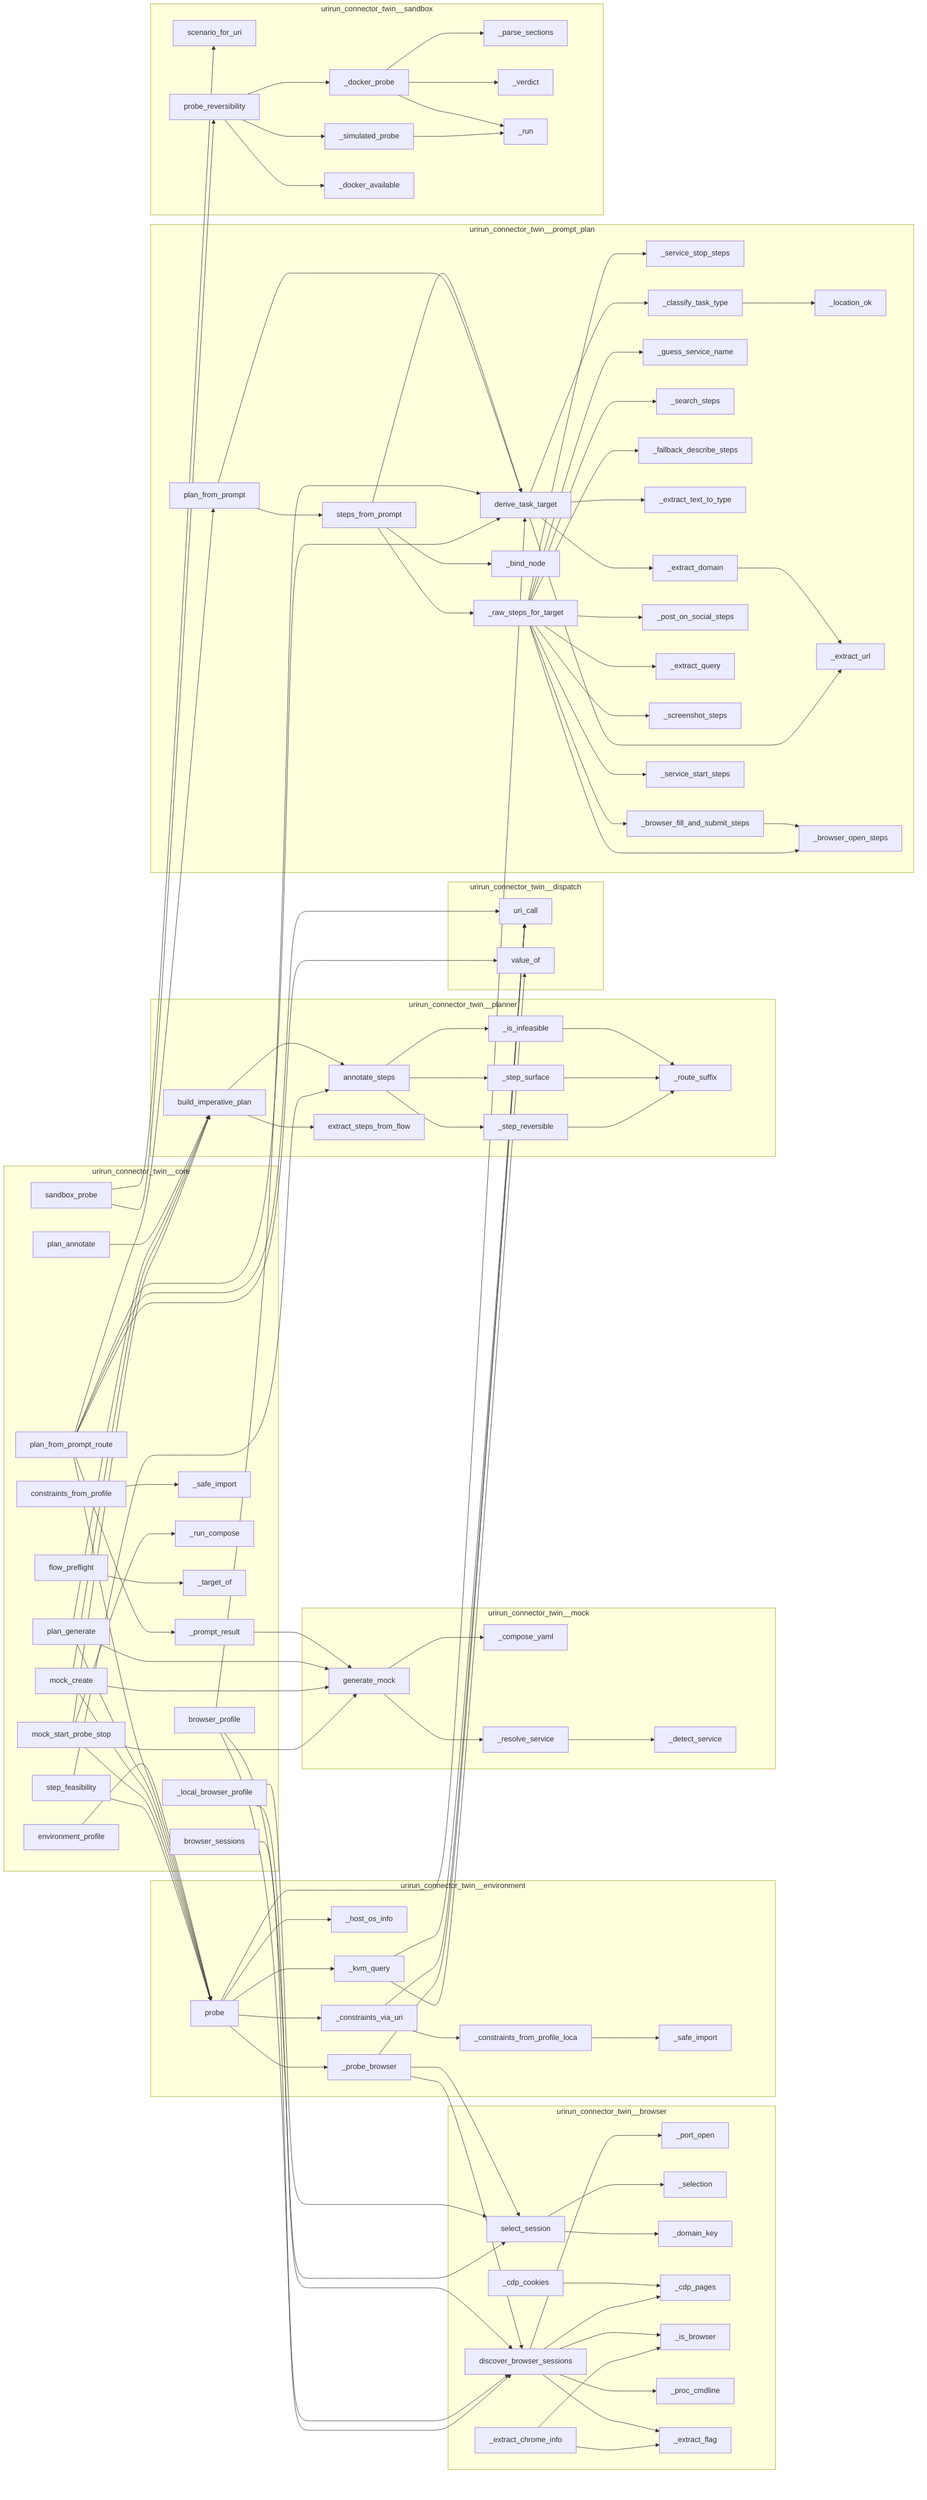
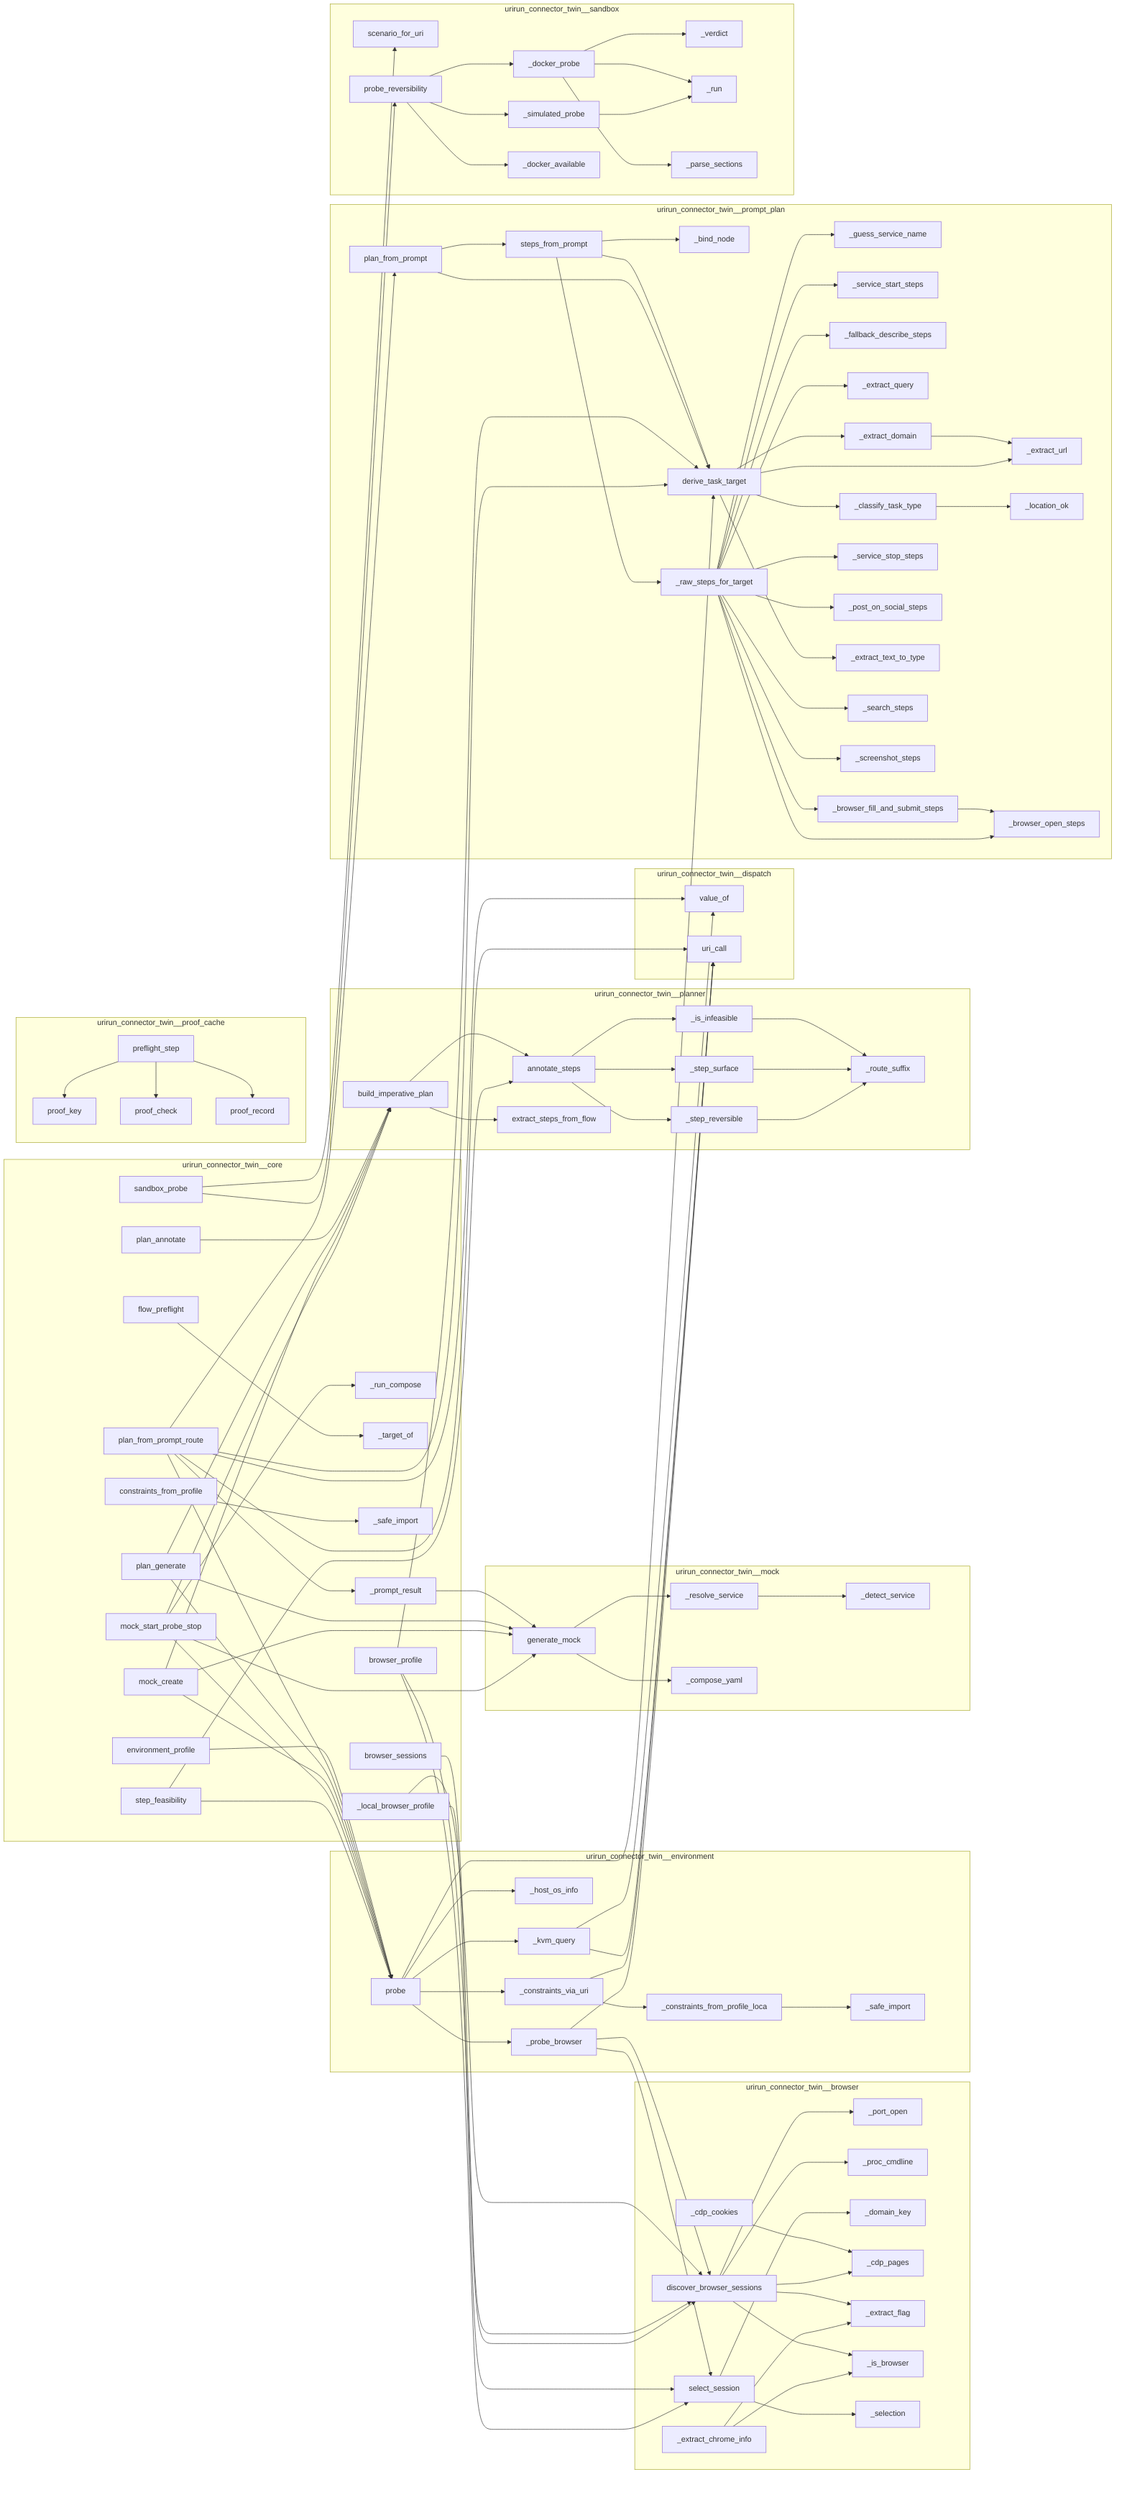
flowchart LR
%% generated in 0.00s
    subgraph urirun_connector_twin__browser
-         urirun_connector_twin__browser___extract_chrome_info["_extract_chrome_info"]
        urirun_connector_twin__browser___port_open["_port_open"]
+         urirun_connector_twin__browser__discover_browser_sessions["discover_browser_sessions"]
+         urirun_connector_twin__browser__select_session["select_session"]
+         urirun_connector_twin__browser___proc_cmdline["_proc_cmdline"]
        urirun_connector_twin__browser___cdp_cookies["_cdp_cookies"]
-         urirun_connector_twin__browser___selection["_selection"]
        urirun_connector_twin__browser___domain_key["_domain_key"]
        urirun_connector_twin__browser___cdp_pages["_cdp_pages"]
+         urirun_connector_twin__browser___extract_chrome_info["_extract_chrome_info"]
+         urirun_connector_twin__browser___extract_flag["_extract_flag"]
        urirun_connector_twin__browser___is_browser["_is_browser"]
-         urirun_connector_twin__browser___proc_cmdline["_proc_cmdline"]
-         urirun_connector_twin__browser__select_session["select_session"]
-         urirun_connector_twin__browser__discover_browser_sessions["discover_browser_sessions"]
-         urirun_connector_twin__browser___extract_flag["_extract_flag"]
+         urirun_connector_twin__browser___selection["_selection"]
    end
    subgraph urirun_connector_twin__core
+         urirun_connector_twin__core___run_compose["_run_compose"]
+         urirun_connector_twin__core__plan_annotate["plan_annotate"]
+         urirun_connector_twin__core___target_of["_target_of"]
+         urirun_connector_twin__core__browser_sessions["browser_sessions"]
        urirun_connector_twin__core___prompt_result["_prompt_result"]
-         urirun_connector_twin__core__browser_sessions["browser_sessions"]
-         urirun_connector_twin__core___local_browser_profile["_local_browser_profile"]
-         urirun_connector_twin__core__browser_profile["browser_profile"]
        urirun_connector_twin__core__flow_preflight["flow_preflight"]
+         urirun_connector_twin__core__environment_profile["environment_profile"]
        urirun_connector_twin__core__mock_create["mock_create"]
-         urirun_connector_twin__core__step_feasibility["step_feasibility"]
+         urirun_connector_twin__core__plan_from_prompt_route["plan_from_prompt_route"]
        urirun_connector_twin__core__sandbox_probe["sandbox_probe"]
        urirun_connector_twin__core__constraints_from_profile["constraints_from_profile"]
        urirun_connector_twin__core__plan_generate["plan_generate"]
-         urirun_connector_twin__core__environment_profile["environment_profile"]
-         urirun_connector_twin__core__plan_from_prompt_route["plan_from_prompt_route"]
        urirun_connector_twin__core___safe_import["_safe_import"]
-         urirun_connector_twin__core___run_compose["_run_compose"]
-         urirun_connector_twin__core__plan_annotate["plan_annotate"]
-         urirun_connector_twin__core___target_of["_target_of"]
+         urirun_connector_twin__core__step_feasibility["step_feasibility"]
        urirun_connector_twin__core__mock_start_probe_stop["mock_start_probe_stop"]
+         urirun_connector_twin__core__browser_profile["browser_profile"]
+         urirun_connector_twin__core___local_browser_profile["_local_browser_profile"]
    end
    subgraph urirun_connector_twin__dispatch
+         urirun_connector_twin__dispatch__value_of["value_of"]
        urirun_connector_twin__dispatch__uri_call["uri_call"]
-         urirun_connector_twin__dispatch__value_of["value_of"]
    end
    subgraph urirun_connector_twin__environment
+         urirun_connector_twin__environment__probe["probe"]
+         urirun_connector_twin__environment___kvm_query["_kvm_query"]
+         urirun_connector_twin__environment___host_os_info["_host_os_info"]
        urirun_connector_twin__environment___constraints_via_uri["_constraints_via_uri"]
-         urirun_connector_twin__environment__probe["probe"]
-         urirun_connector_twin__environment___host_os_info["_host_os_info"]
+         urirun_connector_twin__environment___constraints_from_profile_local["_constraints_from_profile_loca"]
        urirun_connector_twin__environment___safe_import["_safe_import"]
        urirun_connector_twin__environment___probe_browser["_probe_browser"]
-         urirun_connector_twin__environment___kvm_query["_kvm_query"]
-         urirun_connector_twin__environment___constraints_from_profile_local["_constraints_from_profile_loca"]
    end
    subgraph urirun_connector_twin__mock
+         urirun_connector_twin__mock___resolve_service["_resolve_service"]
+         urirun_connector_twin__mock___compose_yaml["_compose_yaml"]
        urirun_connector_twin__mock___detect_service["_detect_service"]
-         urirun_connector_twin__mock___compose_yaml["_compose_yaml"]
        urirun_connector_twin__mock__generate_mock["generate_mock"]
-         urirun_connector_twin__mock___resolve_service["_resolve_service"]
    end
    subgraph urirun_connector_twin__planner
+         urirun_connector_twin__planner__annotate_steps["annotate_steps"]
+         urirun_connector_twin__planner___step_surface["_step_surface"]
+         urirun_connector_twin__planner__extract_steps_from_flow["extract_steps_from_flow"]
+         urirun_connector_twin__planner___is_infeasible["_is_infeasible"]
        urirun_connector_twin__planner___route_suffix["_route_suffix"]
-         urirun_connector_twin__planner___step_surface["_step_surface"]
-         urirun_connector_twin__planner__annotate_steps["annotate_steps"]
        urirun_connector_twin__planner___step_reversible["_step_reversible"]
-         urirun_connector_twin__planner___is_infeasible["_is_infeasible"]
        urirun_connector_twin__planner__build_imperative_plan["build_imperative_plan"]
-         urirun_connector_twin__planner__extract_steps_from_flow["extract_steps_from_flow"]
    end
    subgraph urirun_connector_twin__prompt_plan
+         urirun_connector_twin__prompt_plan___guess_service_name["_guess_service_name"]
+         urirun_connector_twin__prompt_plan__plan_from_prompt["plan_from_prompt"]
+         urirun_connector_twin__prompt_plan___service_start_steps["_service_start_steps"]
+         urirun_connector_twin__prompt_plan___fallback_describe_steps["_fallback_describe_steps"]
+         urirun_connector_twin__prompt_plan___extract_query["_extract_query"]
+         urirun_connector_twin__prompt_plan___extract_domain["_extract_domain"]
+         urirun_connector_twin__prompt_plan___extract_url["_extract_url"]
+         urirun_connector_twin__prompt_plan___browser_fill_and_submit_steps["_browser_fill_and_submit_steps"]
+         urirun_connector_twin__prompt_plan___classify_task_type["_classify_task_type"]
        urirun_connector_twin__prompt_plan___service_stop_steps["_service_stop_steps"]
        urirun_connector_twin__prompt_plan___location_ok["_location_ok"]
-         urirun_connector_twin__prompt_plan___classify_task_type["_classify_task_type"]
-         urirun_connector_twin__prompt_plan___guess_service_name["_guess_service_name"]
+         urirun_connector_twin__prompt_plan___post_on_social_steps["_post_on_social_steps"]
+         urirun_connector_twin__prompt_plan__steps_from_prompt["steps_from_prompt"]
+         urirun_connector_twin__prompt_plan___extract_text_to_type["_extract_text_to_type"]
+         urirun_connector_twin__prompt_plan___bind_node["_bind_node"]
        urirun_connector_twin__prompt_plan___search_steps["_search_steps"]
-         urirun_connector_twin__prompt_plan___fallback_describe_steps["_fallback_describe_steps"]
-         urirun_connector_twin__prompt_plan___extract_text_to_type["_extract_text_to_type"]
-         urirun_connector_twin__prompt_plan___extract_domain["_extract_domain"]
-         urirun_connector_twin__prompt_plan___extract_url["_extract_url"]
-         urirun_connector_twin__prompt_plan___post_on_social_steps["_post_on_social_steps"]
+         urirun_connector_twin__prompt_plan__derive_task_target["derive_task_target"]
        urirun_connector_twin__prompt_plan___raw_steps_for_target["_raw_steps_for_target"]
-         urirun_connector_twin__prompt_plan___extract_query["_extract_query"]
-         urirun_connector_twin__prompt_plan__plan_from_prompt["plan_from_prompt"]
+         urirun_connector_twin__prompt_plan___browser_open_steps["_browser_open_steps"]
        urirun_connector_twin__prompt_plan___screenshot_steps["_screenshot_steps"]
-         urirun_connector_twin__prompt_plan__steps_from_prompt["steps_from_prompt"]
-         urirun_connector_twin__prompt_plan___browser_fill_and_submit_steps["_browser_fill_and_submit_steps"]
-         urirun_connector_twin__prompt_plan___browser_open_steps["_browser_open_steps"]
-         urirun_connector_twin__prompt_plan___bind_node["_bind_node"]
-         urirun_connector_twin__prompt_plan__derive_task_target["derive_task_target"]
-         urirun_connector_twin__prompt_plan___service_start_steps["_service_start_steps"]
+     end
+     subgraph urirun_connector_twin__proof_cache
+         urirun_connector_twin__proof_cache__proof_key["proof_key"]
+         urirun_connector_twin__proof_cache__proof_check["proof_check"]
+         urirun_connector_twin__proof_cache__proof_record["proof_record"]
+         urirun_connector_twin__proof_cache__preflight_step["preflight_step"]
    end
    subgraph urirun_connector_twin__sandbox
-         urirun_connector_twin__sandbox___docker_probe["_docker_probe"]
-         urirun_connector_twin__sandbox___parse_sections["_parse_sections"]
+         urirun_connector_twin__sandbox__scenario_for_uri["scenario_for_uri"]
        urirun_connector_twin__sandbox___verdict["_verdict"]
        urirun_connector_twin__sandbox___run["_run"]
        urirun_connector_twin__sandbox___simulated_probe["_simulated_probe"]
-         urirun_connector_twin__sandbox__scenario_for_uri["scenario_for_uri"]
+         urirun_connector_twin__sandbox___docker_probe["_docker_probe"]
+         urirun_connector_twin__sandbox__probe_reversibility["probe_reversibility"]
+         urirun_connector_twin__sandbox___parse_sections["_parse_sections"]
        urirun_connector_twin__sandbox___docker_available["_docker_available"]
-         urirun_connector_twin__sandbox__probe_reversibility["probe_reversibility"]
    end
    urirun_connector_twin__sandbox___docker_probe --> urirun_connector_twin__sandbox___run
    urirun_connector_twin__sandbox___docker_probe --> urirun_connector_twin__sandbox___parse_sections
    urirun_connector_twin__sandbox___docker_probe --> urirun_connector_twin__sandbox___verdict
    urirun_connector_twin__sandbox___simulated_probe --> urirun_connector_twin__sandbox___run
    urirun_connector_twin__sandbox__probe_reversibility --> urirun_connector_twin__sandbox___docker_available
    urirun_connector_twin__sandbox__probe_reversibility --> urirun_connector_twin__sandbox___docker_probe
    urirun_connector_twin__sandbox__probe_reversibility --> urirun_connector_twin__sandbox___simulated_probe
    urirun_connector_twin__mock___resolve_service --> urirun_connector_twin__mock___detect_service
    urirun_connector_twin__mock__generate_mock --> urirun_connector_twin__mock___resolve_service
    urirun_connector_twin__mock__generate_mock --> urirun_connector_twin__mock___compose_yaml
    urirun_connector_twin__browser___cdp_cookies --> urirun_connector_twin__browser___cdp_pages
    urirun_connector_twin__browser__discover_browser_sessions --> urirun_connector_twin__browser___proc_cmdline
    urirun_connector_twin__browser__discover_browser_sessions --> urirun_connector_twin__browser___extract_flag
    urirun_connector_twin__browser__discover_browser_sessions --> urirun_connector_twin__browser___port_open
    urirun_connector_twin__browser__discover_browser_sessions --> urirun_connector_twin__browser___is_browser
    urirun_connector_twin__browser__discover_browser_sessions --> urirun_connector_twin__browser___cdp_pages
    urirun_connector_twin__browser__select_session --> urirun_connector_twin__browser___domain_key
    urirun_connector_twin__browser__select_session --> urirun_connector_twin__browser___selection
    urirun_connector_twin__browser___extract_chrome_info --> urirun_connector_twin__browser___extract_flag
    urirun_connector_twin__browser___extract_chrome_info --> urirun_connector_twin__browser___is_browser
    urirun_connector_twin__planner___is_infeasible --> urirun_connector_twin__planner___route_suffix
    urirun_connector_twin__planner___step_surface --> urirun_connector_twin__planner___route_suffix
    urirun_connector_twin__planner___step_reversible --> urirun_connector_twin__planner___route_suffix
    urirun_connector_twin__planner__annotate_steps --> urirun_connector_twin__planner___is_infeasible
    urirun_connector_twin__planner__annotate_steps --> urirun_connector_twin__planner___step_reversible
    urirun_connector_twin__planner__annotate_steps --> urirun_connector_twin__planner___step_surface
    urirun_connector_twin__planner__build_imperative_plan --> urirun_connector_twin__planner__extract_steps_from_flow
    urirun_connector_twin__planner__build_imperative_plan --> urirun_connector_twin__planner__annotate_steps
    urirun_connector_twin__prompt_plan___extract_domain --> urirun_connector_twin__prompt_plan___extract_url
    urirun_connector_twin__prompt_plan___browser_fill_and_submit_steps --> urirun_connector_twin__prompt_plan___browser_open_steps
    urirun_connector_twin__prompt_plan___classify_task_type --> urirun_connector_twin__prompt_plan___location_ok
    urirun_connector_twin__prompt_plan__derive_task_target --> urirun_connector_twin__prompt_plan___extract_domain
    urirun_connector_twin__prompt_plan__derive_task_target --> urirun_connector_twin__prompt_plan___extract_url
    urirun_connector_twin__prompt_plan__derive_task_target --> urirun_connector_twin__prompt_plan___extract_text_to_type
    urirun_connector_twin__prompt_plan__derive_task_target --> urirun_connector_twin__prompt_plan___classify_task_type
    urirun_connector_twin__prompt_plan___raw_steps_for_target --> urirun_connector_twin__prompt_plan___fallback_describe_steps
    urirun_connector_twin__prompt_plan___raw_steps_for_target --> urirun_connector_twin__prompt_plan___post_on_social_steps
    urirun_connector_twin__prompt_plan___raw_steps_for_target --> urirun_connector_twin__prompt_plan___search_steps
    urirun_connector_twin__prompt_plan___raw_steps_for_target --> urirun_connector_twin__prompt_plan___browser_fill_and_submit_steps
    urirun_connector_twin__prompt_plan___raw_steps_for_target --> urirun_connector_twin__prompt_plan___browser_open_steps
    urirun_connector_twin__prompt_plan___raw_steps_for_target --> urirun_connector_twin__prompt_plan___screenshot_steps
    urirun_connector_twin__prompt_plan___raw_steps_for_target --> urirun_connector_twin__prompt_plan___service_start_steps
    urirun_connector_twin__prompt_plan___raw_steps_for_target --> urirun_connector_twin__prompt_plan___service_stop_steps
    urirun_connector_twin__prompt_plan___raw_steps_for_target --> urirun_connector_twin__prompt_plan___extract_query
    urirun_connector_twin__prompt_plan___raw_steps_for_target --> urirun_connector_twin__prompt_plan___guess_service_name
    urirun_connector_twin__prompt_plan__steps_from_prompt --> urirun_connector_twin__prompt_plan___bind_node
    urirun_connector_twin__prompt_plan__steps_from_prompt --> urirun_connector_twin__prompt_plan___raw_steps_for_target
    urirun_connector_twin__prompt_plan__steps_from_prompt --> urirun_connector_twin__prompt_plan__derive_task_target
    urirun_connector_twin__prompt_plan__plan_from_prompt --> urirun_connector_twin__prompt_plan__derive_task_target
    urirun_connector_twin__prompt_plan__plan_from_prompt --> urirun_connector_twin__prompt_plan__steps_from_prompt
    urirun_connector_twin__core___local_browser_profile --> urirun_connector_twin__browser__discover_browser_sessions
    urirun_connector_twin__core___local_browser_profile --> urirun_connector_twin__browser__select_session
    urirun_connector_twin__core___prompt_result --> urirun_connector_twin__mock__generate_mock
    urirun_connector_twin__core__environment_profile --> urirun_connector_twin__environment__probe
    urirun_connector_twin__core__constraints_from_profile --> urirun_connector_twin__core___safe_import
    urirun_connector_twin__core__browser_sessions --> urirun_connector_twin__browser__discover_browser_sessions
    urirun_connector_twin__core__browser_profile --> urirun_connector_twin__browser__discover_browser_sessions
    urirun_connector_twin__core__browser_profile --> urirun_connector_twin__browser__select_session
    urirun_connector_twin__core__browser_profile --> urirun_connector_twin__prompt_plan__derive_task_target
    urirun_connector_twin__core__plan_from_prompt_route --> urirun_connector_twin__prompt_plan__derive_task_target
    urirun_connector_twin__core__plan_from_prompt_route --> urirun_connector_twin__prompt_plan__plan_from_prompt
    urirun_connector_twin__core__plan_from_prompt_route --> urirun_connector_twin__dispatch__uri_call
    urirun_connector_twin__core__plan_from_prompt_route --> urirun_connector_twin__core___prompt_result
    urirun_connector_twin__core__plan_from_prompt_route --> urirun_connector_twin__dispatch__value_of
    urirun_connector_twin__core__plan_from_prompt_route --> urirun_connector_twin__environment__probe
    urirun_connector_twin__core__plan_annotate --> urirun_connector_twin__planner__build_imperative_plan
    urirun_connector_twin__core__plan_generate --> urirun_connector_twin__environment__probe
    urirun_connector_twin__core__plan_generate --> urirun_connector_twin__planner__build_imperative_plan
    urirun_connector_twin__core__plan_generate --> urirun_connector_twin__mock__generate_mock
    urirun_connector_twin__core__mock_create --> urirun_connector_twin__environment__probe
    urirun_connector_twin__core__mock_create --> urirun_connector_twin__planner__build_imperative_plan
    urirun_connector_twin__core__mock_create --> urirun_connector_twin__mock__generate_mock
    urirun_connector_twin__core__mock_start_probe_stop --> urirun_connector_twin__environment__probe
    urirun_connector_twin__core__mock_start_probe_stop --> urirun_connector_twin__planner__build_imperative_plan
    urirun_connector_twin__core__mock_start_probe_stop --> urirun_connector_twin__mock__generate_mock
    urirun_connector_twin__core__mock_start_probe_stop --> urirun_connector_twin__core___run_compose
    urirun_connector_twin__core__step_feasibility --> urirun_connector_twin__environment__probe
    urirun_connector_twin__core__step_feasibility --> urirun_connector_twin__planner__annotate_steps
    urirun_connector_twin__core__sandbox_probe --> urirun_connector_twin__sandbox__probe_reversibility
    urirun_connector_twin__core__sandbox_probe --> urirun_connector_twin__sandbox__scenario_for_uri
    urirun_connector_twin__core__flow_preflight --> urirun_connector_twin__core___target_of
    urirun_connector_twin__environment___kvm_query --> urirun_connector_twin__dispatch__uri_call
    urirun_connector_twin__environment___kvm_query --> urirun_connector_twin__dispatch__value_of
    urirun_connector_twin__environment___constraints_from_profile_local --> urirun_connector_twin__environment___safe_import
    urirun_connector_twin__environment___constraints_via_uri --> urirun_connector_twin__dispatch__uri_call
    urirun_connector_twin__environment___constraints_via_uri --> urirun_connector_twin__environment___constraints_from_profile_local
    urirun_connector_twin__environment___probe_browser --> urirun_connector_twin__dispatch__uri_call
    urirun_connector_twin__environment___probe_browser --> urirun_connector_twin__browser__select_session
    urirun_connector_twin__environment___probe_browser --> urirun_connector_twin__browser__discover_browser_sessions
    urirun_connector_twin__environment__probe --> urirun_connector_twin__environment___host_os_info
    urirun_connector_twin__environment__probe --> urirun_connector_twin__environment___constraints_via_uri
    urirun_connector_twin__environment__probe --> urirun_connector_twin__environment___probe_browser
    urirun_connector_twin__environment__probe --> urirun_connector_twin__environment___kvm_query
    urirun_connector_twin__environment__probe --> urirun_connector_twin__prompt_plan__derive_task_target
+     urirun_connector_twin__proof_cache__preflight_step --> urirun_connector_twin__proof_cache__proof_key
+     urirun_connector_twin__proof_cache__preflight_step --> urirun_connector_twin__proof_cache__proof_check
+     urirun_connector_twin__proof_cache__preflight_step --> urirun_connector_twin__proof_cache__proof_record
